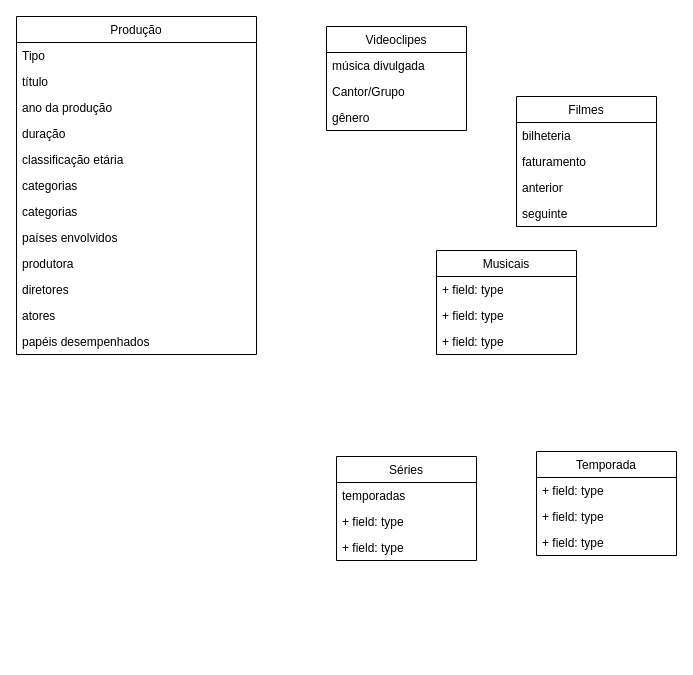
The draw.io diagram Exercício 5/Exercício_5.drawio in MateusdosAnjos/MAC0439, before the edit. Source tidied: cells renumbered, new cells numbered last; positions are measured from the earlier drawing's top-left corner, leaving out a move shared by most shapes. Both pictures are drawn from the tidied source at 100%, with x=0, y=0 at pixel (16, 16).
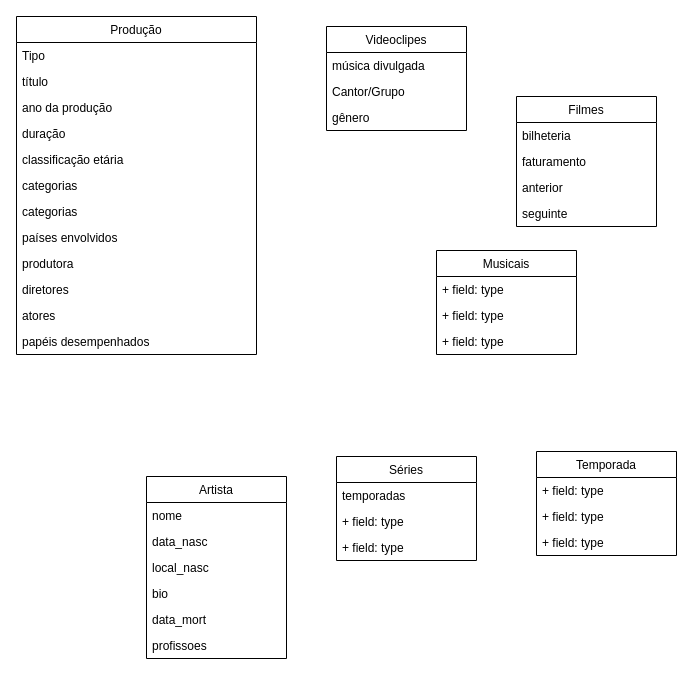
The same page after the edit.

Diff of the diagram source:
```diff
@@
+    <mxCell id="36" value="Artista" style="swimlane;fontStyle=0;horizontal=1;startSize=26;fillColor=none;" parent="1" vertex="1">
+      <mxGeometry x="130" y="460" width="140" height="182" as="geometry" />
+    </mxCell>
+    <mxCell id="37" value="nome" style="text;strokeColor=none;fillColor=none;align=left;verticalAlign=top;spacingLeft=4;spacingRight=4;overflow=hidden;" parent="36" vertex="1">
+      <mxGeometry y="26" width="140" height="26" as="geometry" />
+    </mxCell>
+    <mxCell id="38" value="data_nasc" style="text;strokeColor=none;fillColor=none;align=left;verticalAlign=top;spacingLeft=4;spacingRight=4;overflow=hidden;" parent="36" vertex="1">
+      <mxGeometry y="52" width="140" height="26" as="geometry" />
+    </mxCell>
+    <mxCell id="39" value="local_nasc" style="text;strokeColor=none;fillColor=none;align=left;verticalAlign=top;spacingLeft=4;spacingRight=4;overflow=hidden;" parent="36" vertex="1">
+      <mxGeometry y="78" width="140" height="26" as="geometry" />
+    </mxCell>
+    <mxCell id="40" value="bio" style="text;strokeColor=none;fillColor=none;align=left;verticalAlign=top;spacingLeft=4;spacingRight=4;overflow=hidden;" parent="36" vertex="1">
+      <mxGeometry y="104" width="140" height="26" as="geometry" />
+    </mxCell>
+    <mxCell id="41" value="data_mort" style="text;strokeColor=none;fillColor=none;align=left;verticalAlign=top;spacingLeft=4;spacingRight=4;overflow=hidden;" parent="36" vertex="1">
+      <mxGeometry y="130" width="140" height="26" as="geometry" />
+    </mxCell>
+    <mxCell id="42" value="profissoes" style="text;strokeColor=none;fillColor=none;align=left;verticalAlign=top;spacingLeft=4;spacingRight=4;overflow=hidden;" parent="36" vertex="1">
+      <mxGeometry y="156" width="140" height="26" as="geometry" />
+    </mxCell>
```
